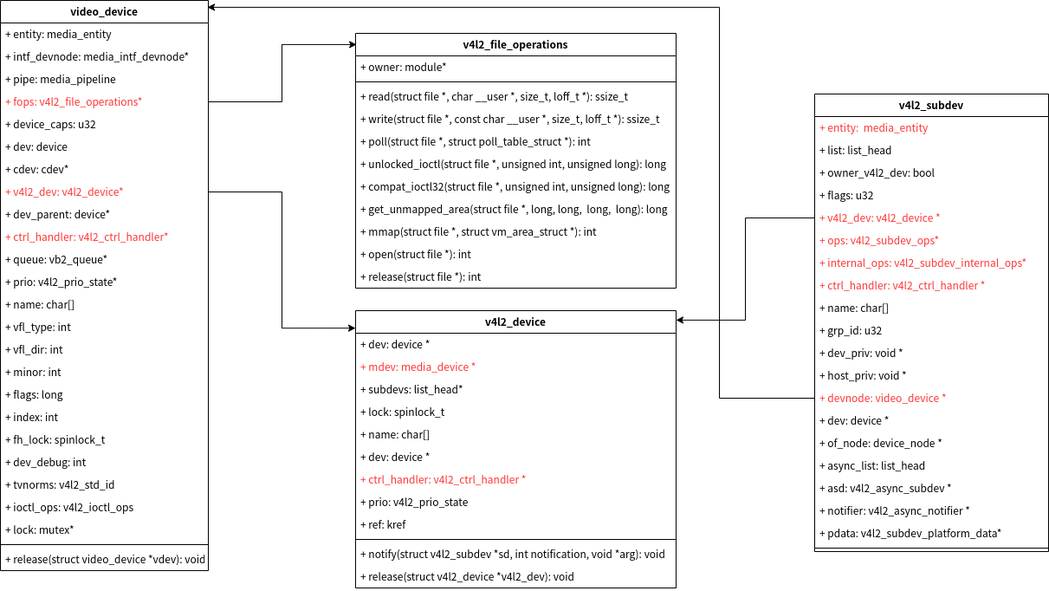
This is v4l2-core.png from zhangmeizhen/test2, a draw.io export, as it was before one commit. Source tidied: cells renumbered, new cells last; positions are measured from the earlier drawing's top-left corner, leaving out a move shared by most shapes.
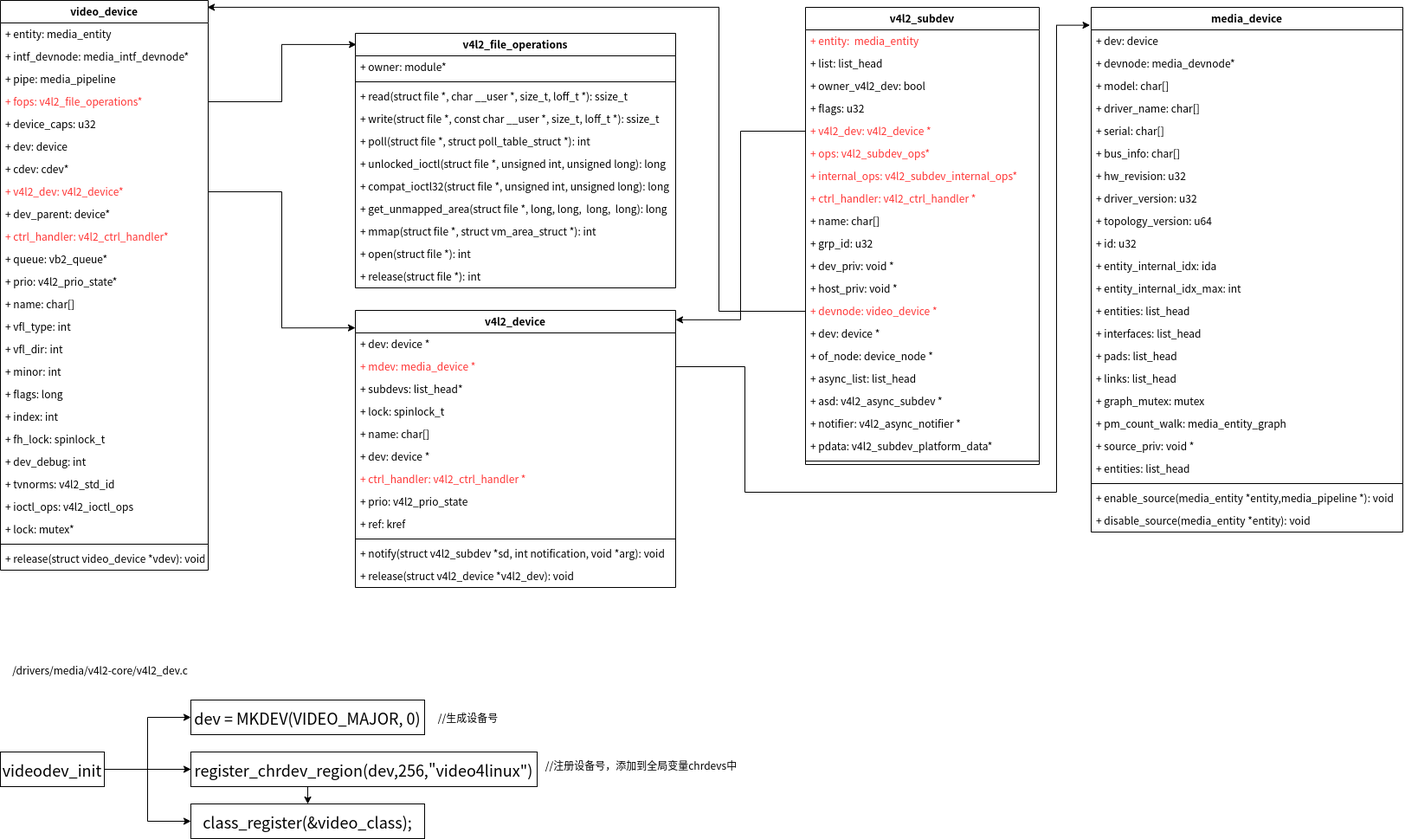
After the change.

Change to the diagram source:
```diff
@@ -3,7 +3,7 @@
     <mxCell id="0" />
     <mxCell id="1" parent="0" />
     <mxCell id="2" value="v4l2_subdev" style="swimlane;fontStyle=1;align=center;verticalAlign=top;horizontal=1;startSize=26;" parent="1" vertex="1">
-      <mxGeometry x="940" y="108" width="270" height="528" as="geometry" />
+      <mxGeometry x="930" y="8" width="270" height="528" as="geometry" />
     </mxCell>
     <mxCell id="3" value="+ entity:  media_entity" style="text;strokeColor=none;fillColor=none;align=left;verticalAlign=top;spacingLeft=4;spacingRight=4;overflow=hidden;fontColor=#FF3333;" parent="2" vertex="1">
       <mxGeometry y="26" width="270" height="26" as="geometry" />
@@ -230,10 +230,125 @@
     <mxCell id="77" style="edgeStyle=orthogonalEdgeStyle;rounded=0;jettySize=auto;html=1;fontColor=#FF3333;entryX=0.996;entryY=0.012;entryDx=0;entryDy=0;entryPerimeter=0;" parent="1" edge="1" source="15" target="36">
       <mxGeometry relative="1" as="geometry">
         <Array as="points">
-          <mxPoint x="830" y="459" />
+          <mxPoint x="830" y="359" />
           <mxPoint x="830" y="8" />
         </Array>
       </mxGeometry>
     </mxCell>
+    <mxCell id="78" style="edgeStyle=orthogonalEdgeStyle;rounded=0;jettySize=auto;html=1;entryX=0;entryY=0.5;entryDx=0;entryDy=0;fontColor=#000000;" parent="1" edge="1" source="82" target="85">
+      <mxGeometry relative="1" as="geometry" />
+    </mxCell>
+    <mxCell id="79" style="edgeStyle=orthogonalEdgeStyle;rounded=0;jettySize=auto;html=1;entryX=0;entryY=0.5;entryDx=0;entryDy=0;fontColor=#000000;" parent="1" edge="1" source="82" target="84">
+      <mxGeometry relative="1" as="geometry" />
+    </mxCell>
+    <mxCell id="80" style="edgeStyle=orthogonalEdgeStyle;rounded=0;jettySize=auto;html=1;fontColor=#000000;" parent="1" edge="1" source="82" target="86">
+      <mxGeometry relative="1" as="geometry" />
+    </mxCell>
+    <mxCell id="81" style="edgeStyle=orthogonalEdgeStyle;rounded=0;jettySize=auto;html=1;entryX=0;entryY=0.5;entryDx=0;entryDy=0;fontColor=#000000;" parent="1" edge="1" source="82" target="86">
+      <mxGeometry relative="1" as="geometry" />
+    </mxCell>
+    <mxCell id="82" value="&lt;div style=&quot;background-color: rgb(255, 255, 255); font-family: &amp;quot;Droid Sans Mono&amp;quot;, monospace, monospace, &amp;quot;Droid Sans Fallback&amp;quot;; font-size: 18px; line-height: 24px;&quot;&gt;&lt;span style=&quot;&quot;&gt;videodev_init&lt;/span&gt;&lt;/div&gt;" style="whiteSpace=wrap;html=1;fontColor=#000000;" parent="1" vertex="1">
+      <mxGeometry y="868" width="120" height="40" as="geometry" />
+    </mxCell>
+    <mxCell id="83" value="&lt;font color=&quot;#000000&quot;&gt;/drivers/media/v4l2-core/v4l2_dev.c&lt;/font&gt;" style="text;html=1;align=center;verticalAlign=middle;strokeColor=none;fillColor=none;fontColor=#FF3333;" parent="1" vertex="1">
+      <mxGeometry y="758" width="230" height="30" as="geometry" />
+    </mxCell>
+    <mxCell id="84" value="&lt;div style=&quot;background-color: rgb(255, 255, 255); font-family: &amp;quot;Droid Sans Mono&amp;quot;, monospace, monospace, &amp;quot;Droid Sans Fallback&amp;quot;; font-size: 18px; line-height: 24px;&quot;&gt;&lt;div style=&quot;font-family: &amp;quot;Droid Sans Mono&amp;quot;, monospace, monospace, &amp;quot;Droid Sans Fallback&amp;quot;; line-height: 24px;&quot;&gt;&lt;span style=&quot;&quot;&gt;register_chrdev_region(dev,256,&quot;&lt;/span&gt;&lt;span style=&quot;&quot;&gt;video4linux&lt;/span&gt;&lt;span style=&quot;&quot;&gt;&quot;)&lt;/span&gt;&lt;/div&gt;&lt;/div&gt;" style="html=1;fontColor=#000000;whiteSpace=wrap;" parent="1" vertex="1">
+      <mxGeometry x="220" y="868" width="400" height="40" as="geometry" />
+    </mxCell>
+    <mxCell id="85" value="&lt;div style=&quot;background-color: rgb(255, 255, 255); font-family: &amp;quot;Droid Sans Mono&amp;quot;, monospace, monospace, &amp;quot;Droid Sans Fallback&amp;quot;; font-size: 18px; line-height: 24px;&quot;&gt;&lt;div style=&quot;font-family: &amp;quot;Droid Sans Mono&amp;quot;, monospace, monospace, &amp;quot;Droid Sans Fallback&amp;quot;; line-height: 24px;&quot;&gt;&lt;div style=&quot;font-family: &amp;quot;Droid Sans Mono&amp;quot;, monospace, monospace, &amp;quot;Droid Sans Fallback&amp;quot;; line-height: 24px;&quot;&gt;dev = &lt;span style=&quot;&quot;&gt;MKDEV&lt;/span&gt;(VIDEO_MAJOR, &lt;span style=&quot;&quot;&gt;0&lt;/span&gt;)&lt;/div&gt;&lt;/div&gt;&lt;/div&gt;" style="html=1;fontColor=#000000;whiteSpace=wrap;" parent="1" vertex="1">
+      <mxGeometry x="220" y="808" width="270" height="40" as="geometry" />
+    </mxCell>
+    <mxCell id="86" value="&lt;div style=&quot;background-color: rgb(255, 255, 255); font-family: &amp;quot;Droid Sans Mono&amp;quot;, monospace, monospace, &amp;quot;Droid Sans Fallback&amp;quot;; font-size: 18px; line-height: 24px;&quot;&gt;&lt;div style=&quot;font-family: &amp;quot;Droid Sans Mono&amp;quot;, monospace, monospace, &amp;quot;Droid Sans Fallback&amp;quot;; line-height: 24px;&quot;&gt;&lt;div style=&quot;font-family: &amp;quot;Droid Sans Mono&amp;quot;, monospace, monospace, &amp;quot;Droid Sans Fallback&amp;quot;; line-height: 24px;&quot;&gt;&lt;div style=&quot;font-family: &amp;quot;Droid Sans Mono&amp;quot;, monospace, monospace, &amp;quot;Droid Sans Fallback&amp;quot;; line-height: 24px;&quot;&gt;&lt;span style=&quot;&quot;&gt;class_register&lt;/span&gt;(&amp;amp;video_class);&lt;/div&gt;&lt;/div&gt;&lt;/div&gt;&lt;/div&gt;" style="html=1;fontColor=#000000;whiteSpace=wrap;" parent="1" vertex="1">
+      <mxGeometry x="220" y="928" width="270" height="40" as="geometry" />
+    </mxCell>
+    <mxCell id="87" value="//生成设备号" style="text;html=1;align=center;verticalAlign=middle;strokeColor=none;fillColor=none;fontColor=#000000;" parent="1" vertex="1">
+      <mxGeometry x="495" y="813" width="90" height="30" as="geometry" />
+    </mxCell>
+    <mxCell id="88" value="//注册设备号，添加到全局变量chrdevs中" style="text;html=1;align=center;verticalAlign=middle;strokeColor=none;fillColor=none;fontColor=#000000;" parent="1" vertex="1">
+      <mxGeometry x="620" y="868" width="240" height="30" as="geometry" />
+    </mxCell>
+    <mxCell id="89" value="media_device" style="swimlane;fontStyle=1;align=center;verticalAlign=top;horizontal=1;startSize=26;fontColor=#000000;" parent="1" vertex="1">
+      <mxGeometry x="1260" y="8" width="360" height="606" as="geometry" />
+    </mxCell>
+    <mxCell id="90" value="+ dev: device" style="text;strokeColor=none;fillColor=none;align=left;verticalAlign=top;spacingLeft=4;spacingRight=4;overflow=hidden;fontColor=#000000;" parent="89" vertex="1">
+      <mxGeometry y="26" width="360" height="26" as="geometry" />
+    </mxCell>
+    <mxCell id="91" value="+ devnode: media_devnode*" style="text;strokeColor=none;fillColor=none;align=left;verticalAlign=top;spacingLeft=4;spacingRight=4;overflow=hidden;fontColor=#000000;" parent="89" vertex="1">
+      <mxGeometry y="52" width="360" height="26" as="geometry" />
+    </mxCell>
+    <mxCell id="92" value="+ model: char[]" style="text;strokeColor=none;fillColor=none;align=left;verticalAlign=top;spacingLeft=4;spacingRight=4;overflow=hidden;fontColor=#000000;" parent="89" vertex="1">
+      <mxGeometry y="78" width="360" height="26" as="geometry" />
+    </mxCell>
+    <mxCell id="93" value="+ driver_name: char[]" style="text;strokeColor=none;fillColor=none;align=left;verticalAlign=top;spacingLeft=4;spacingRight=4;overflow=hidden;fontColor=#000000;" parent="89" vertex="1">
+      <mxGeometry y="104" width="360" height="26" as="geometry" />
+    </mxCell>
+    <mxCell id="94" value="+ serial: char[]" style="text;strokeColor=none;fillColor=none;align=left;verticalAlign=top;spacingLeft=4;spacingRight=4;overflow=hidden;fontColor=#000000;strokeWidth=3;" parent="89" vertex="1">
+      <mxGeometry y="130" width="360" height="26" as="geometry" />
+    </mxCell>
+    <mxCell id="95" value="+ bus_info: char[]" style="text;strokeColor=none;fillColor=none;align=left;verticalAlign=top;spacingLeft=4;spacingRight=4;overflow=hidden;fontColor=#000000;" parent="89" vertex="1">
+      <mxGeometry y="156" width="360" height="26" as="geometry" />
+    </mxCell>
+    <mxCell id="96" value="+ hw_revision: u32" style="text;strokeColor=none;fillColor=none;align=left;verticalAlign=top;spacingLeft=4;spacingRight=4;overflow=hidden;fontColor=#000000;" parent="89" vertex="1">
+      <mxGeometry y="182" width="360" height="26" as="geometry" />
+    </mxCell>
+    <mxCell id="97" value="+ driver_version: u32" style="text;strokeColor=none;fillColor=none;align=left;verticalAlign=top;spacingLeft=4;spacingRight=4;overflow=hidden;fontColor=#000000;" parent="89" vertex="1">
+      <mxGeometry y="208" width="360" height="26" as="geometry" />
+    </mxCell>
+    <mxCell id="98" value="+ topology_version: u64" style="text;strokeColor=none;fillColor=none;align=left;verticalAlign=top;spacingLeft=4;spacingRight=4;overflow=hidden;fontColor=#000000;" parent="89" vertex="1">
+      <mxGeometry y="234" width="360" height="26" as="geometry" />
+    </mxCell>
+    <mxCell id="99" value="+ id: u32" style="text;strokeColor=none;fillColor=none;align=left;verticalAlign=top;spacingLeft=4;spacingRight=4;overflow=hidden;fontColor=#000000;" parent="89" vertex="1">
+      <mxGeometry y="260" width="360" height="26" as="geometry" />
+    </mxCell>
+    <mxCell id="100" value="+ entity_internal_idx: ida" style="text;strokeColor=none;fillColor=none;align=left;verticalAlign=top;spacingLeft=4;spacingRight=4;overflow=hidden;fontColor=#000000;" parent="89" vertex="1">
+      <mxGeometry y="286" width="360" height="26" as="geometry" />
+    </mxCell>
+    <mxCell id="101" value="+ entity_internal_idx_max: int" style="text;strokeColor=none;fillColor=none;align=left;verticalAlign=top;spacingLeft=4;spacingRight=4;overflow=hidden;fontColor=#000000;" parent="89" vertex="1">
+      <mxGeometry y="312" width="360" height="26" as="geometry" />
+    </mxCell>
+    <mxCell id="102" value="+ entities: list_head" style="text;strokeColor=none;fillColor=none;align=left;verticalAlign=top;spacingLeft=4;spacingRight=4;overflow=hidden;fontColor=#000000;" parent="89" vertex="1">
+      <mxGeometry y="338" width="360" height="26" as="geometry" />
+    </mxCell>
+    <mxCell id="103" value="+ interfaces: list_head" style="text;strokeColor=none;fillColor=none;align=left;verticalAlign=top;spacingLeft=4;spacingRight=4;overflow=hidden;fontColor=#000000;" parent="89" vertex="1">
+      <mxGeometry y="364" width="360" height="26" as="geometry" />
+    </mxCell>
+    <mxCell id="104" value="+ pads: list_head" style="text;strokeColor=none;fillColor=none;align=left;verticalAlign=top;spacingLeft=4;spacingRight=4;overflow=hidden;fontColor=#000000;" parent="89" vertex="1">
+      <mxGeometry y="390" width="360" height="26" as="geometry" />
+    </mxCell>
+    <mxCell id="105" value="+ links: list_head" style="text;strokeColor=none;fillColor=none;align=left;verticalAlign=top;spacingLeft=4;spacingRight=4;overflow=hidden;fontColor=#000000;" parent="89" vertex="1">
+      <mxGeometry y="416" width="360" height="26" as="geometry" />
+    </mxCell>
+    <mxCell id="106" value="+ graph_mutex: mutex" style="text;strokeColor=none;fillColor=none;align=left;verticalAlign=top;spacingLeft=4;spacingRight=4;overflow=hidden;fontColor=#000000;" parent="89" vertex="1">
+      <mxGeometry y="442" width="360" height="26" as="geometry" />
+    </mxCell>
+    <mxCell id="107" value="+ pm_count_walk: media_entity_graph" style="text;strokeColor=none;fillColor=none;align=left;verticalAlign=top;spacingLeft=4;spacingRight=4;overflow=hidden;fontColor=#000000;" parent="89" vertex="1">
+      <mxGeometry y="468" width="360" height="26" as="geometry" />
+    </mxCell>
+    <mxCell id="108" value="+ source_priv: void *" style="text;strokeColor=none;fillColor=none;align=left;verticalAlign=top;spacingLeft=4;spacingRight=4;overflow=hidden;fontColor=#000000;" parent="89" vertex="1">
+      <mxGeometry y="494" width="360" height="26" as="geometry" />
+    </mxCell>
+    <mxCell id="109" value="+ entities: list_head" style="text;strokeColor=none;fillColor=none;align=left;verticalAlign=top;spacingLeft=4;spacingRight=4;overflow=hidden;fontColor=#000000;" parent="89" vertex="1">
+      <mxGeometry y="520" width="360" height="26" as="geometry" />
+    </mxCell>
+    <mxCell id="110" style="line;strokeWidth=1;fillColor=none;align=left;verticalAlign=middle;spacingTop=-1;spacingLeft=3;spacingRight=3;labelPosition=right;fontColor=#000000;" parent="89" vertex="1">
+      <mxGeometry y="546" width="360" height="8" as="geometry" />
+    </mxCell>
+    <mxCell id="111" value="+ enable_source(media_entity *entity,media_pipeline *): void" style="text;strokeColor=none;fillColor=none;align=left;verticalAlign=top;spacingLeft=4;spacingRight=4;overflow=hidden;fontColor=#000000;" parent="89" vertex="1">
+      <mxGeometry y="554" width="360" height="26" as="geometry" />
+    </mxCell>
+    <mxCell id="112" value="+ disable_source(media_entity *entity): void" style="text;strokeColor=none;fillColor=none;align=left;verticalAlign=top;spacingLeft=4;spacingRight=4;overflow=hidden;fontColor=#000000;" parent="89" vertex="1">
+      <mxGeometry y="580" width="360" height="26" as="geometry" />
+    </mxCell>
+    <mxCell id="113" style="edgeStyle=orthogonalEdgeStyle;rounded=0;jettySize=auto;html=1;entryX=-0.004;entryY=0.034;entryDx=0;entryDy=0;entryPerimeter=0;fontColor=#000000;" parent="1" edge="1" source="25" target="89">
+      <mxGeometry relative="1" as="geometry">
+        <Array as="points">
+          <mxPoint x="860" y="423" />
+          <mxPoint x="860" y="568" />
+          <mxPoint x="1220" y="568" />
+          <mxPoint x="1220" y="29" />
+        </Array>
+      </mxGeometry>
+    </mxCell>
   </root>
 </mxGraphModel>
```
